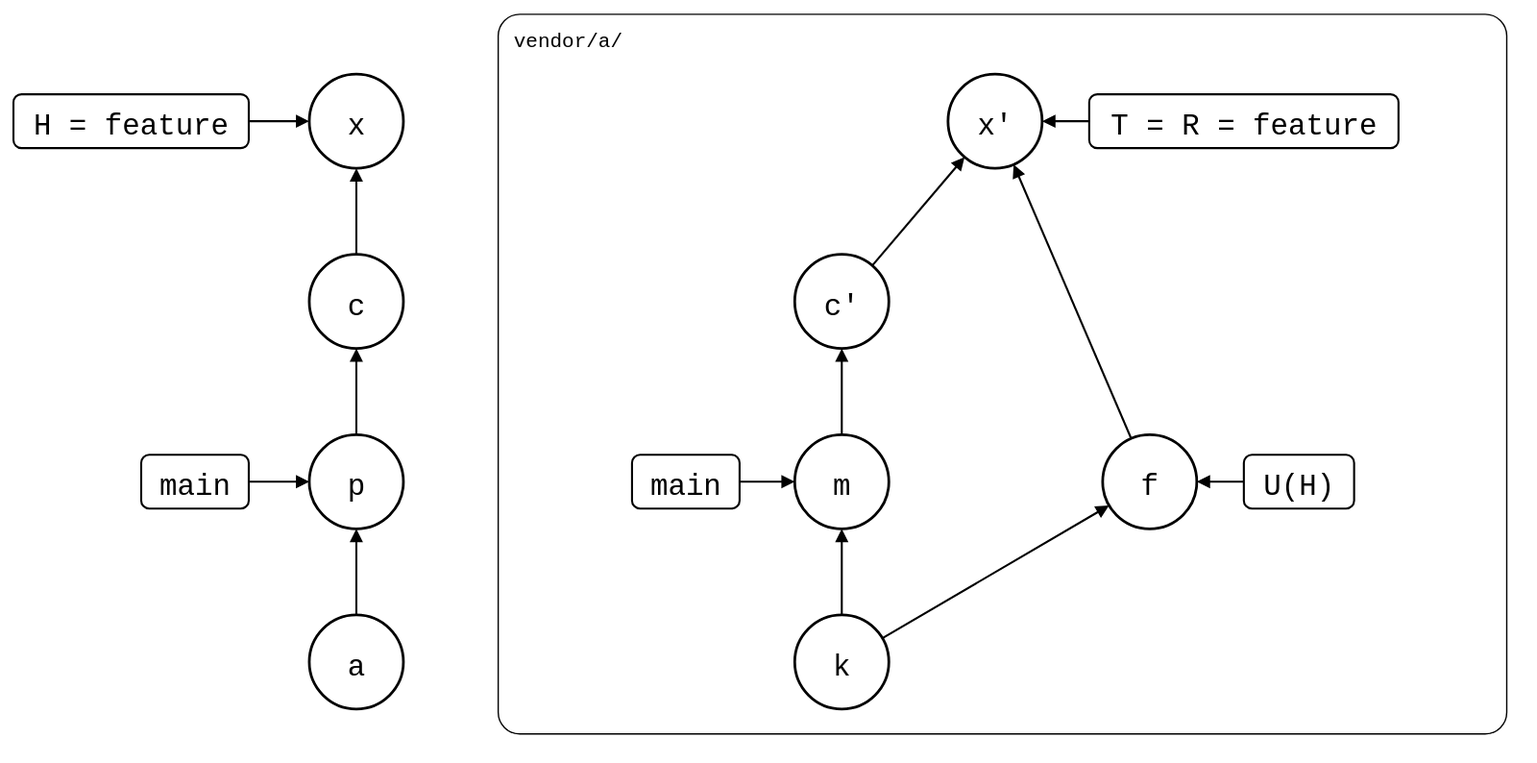
Above: test/scenarios/03-branches-and-teamwork/06-feature-branch-behind-default-branch/pulled-and-pushed.drawio.svg in roschaefer/git-splice (draw.io), before the change. Source tidied: cells renumbered, new cells last; positions are measured from the earlier drawing's top-left corner, leaving out a move shared by most shapes.
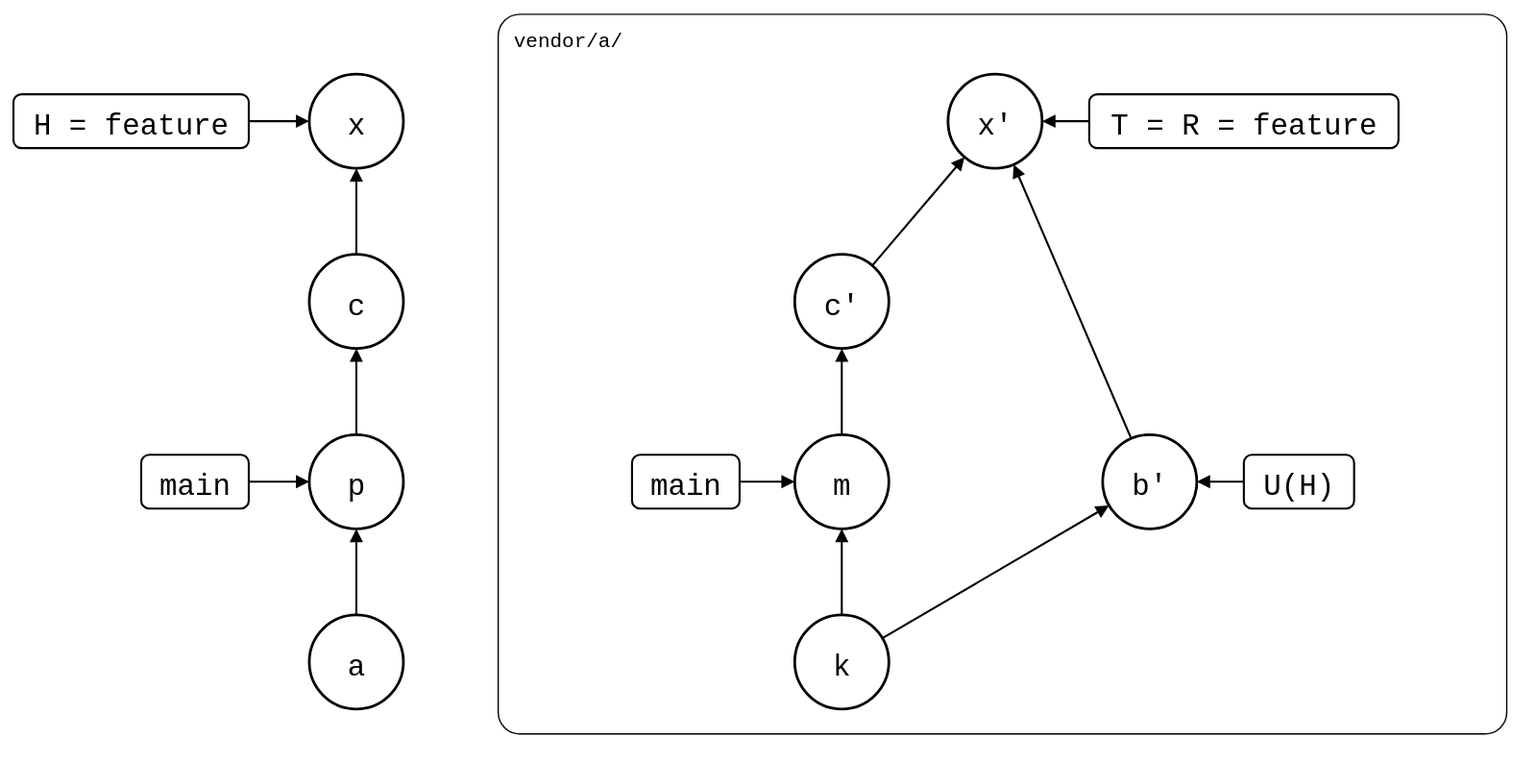
Later version of the same file.

The edit, as a diff of the source:
```diff
@@ -26,7 +26,7 @@
     <mxCell id="9" value="c'" style="ellipse;strokeWidth=2;fontSize=22;fontFamily=Roboto Mono,monospace;" parent="1" vertex="1">
       <mxGeometry x="581" y="179" width="70" height="70" as="geometry" />
     </mxCell>
-    <mxCell id="10" value="f" style="ellipse;strokeWidth=2;fontSize=22;fontFamily=Roboto Mono,monospace;" parent="1" vertex="1">
+    <mxCell id="10" value="b'" style="ellipse;strokeWidth=2;fontSize=22;fontFamily=Roboto Mono,monospace;" parent="1" vertex="1">
       <mxGeometry x="810" y="313" width="70" height="70" as="geometry" />
     </mxCell>
     <mxCell id="11" value="x'" style="ellipse;strokeWidth=2;fontSize=22;fontFamily=Roboto Mono,monospace;" parent="1" vertex="1">
```
